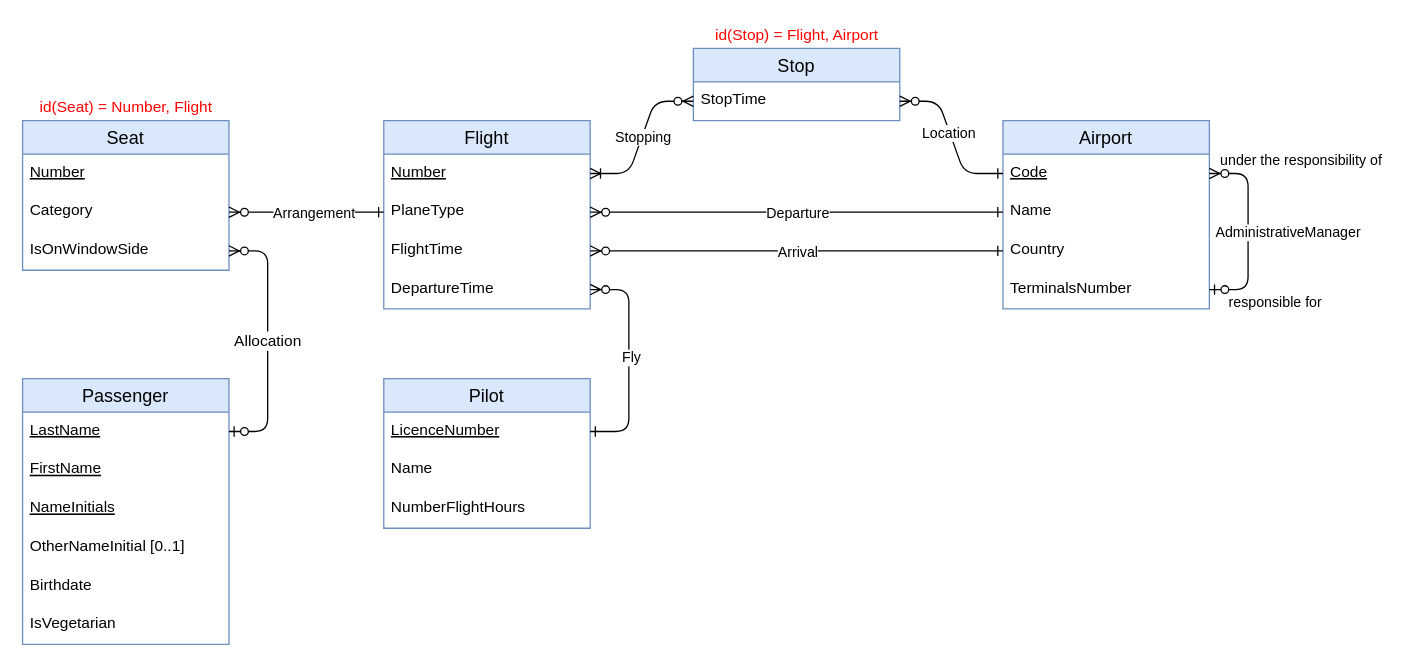
Above: schéma conceptuel .drawio in pauline-lr/Flight-manager (draw.io), before the change. Source tidied: cells renumbered, new cells numbered last; positions are measured from the earlier drawing's top-left corner, leaving out a move shared by most shapes. Both pictures are drawn from the tidied source at 129%, with x=0, y=0 at pixel (22, 22).
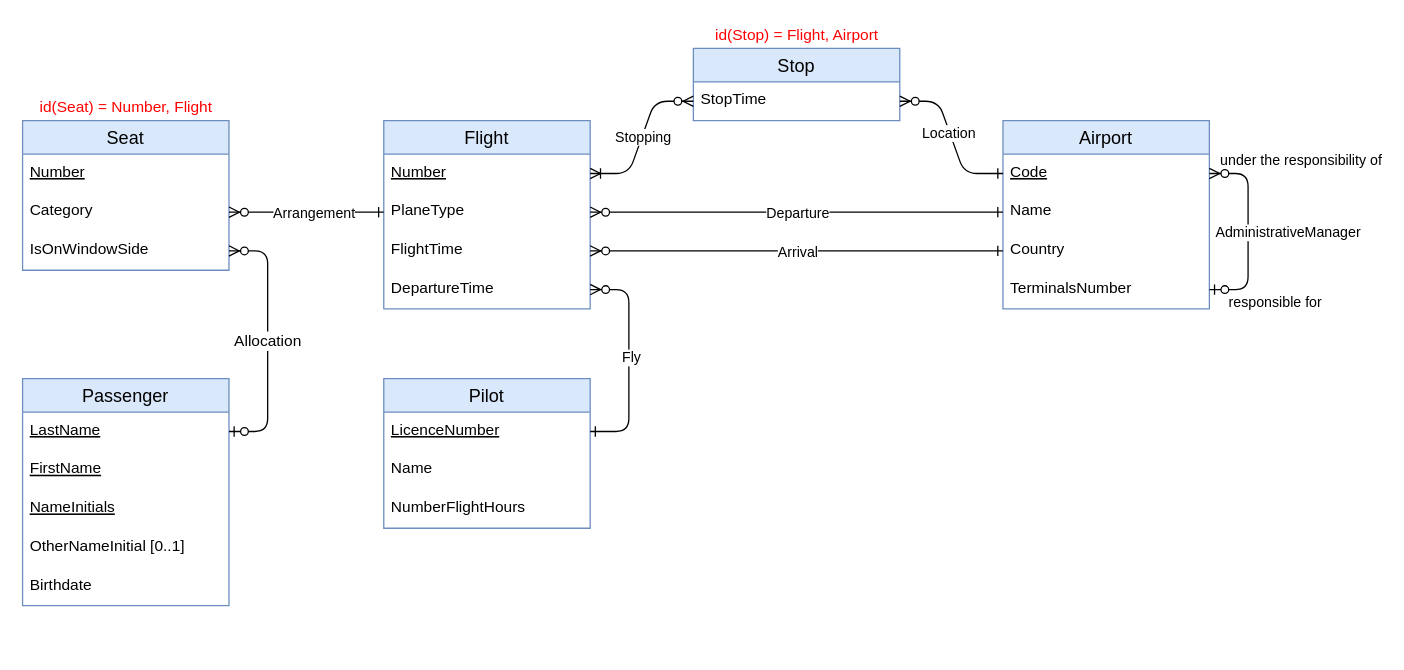
Above is the later version.

What changed in the source:
```diff
@@
     <mxCell id="11" value="Passenger" style="swimlane;fontStyle=0;horizontal=1;startSize=26;align=center;fontSize=14;fillColor=#dae8fc;strokeColor=#6c8ebf;" parent="1" vertex="1">
-      <mxGeometry y="276" width="160" height="206" as="geometry" />
+      <mxGeometry y="276" width="160" height="176" as="geometry" />
     </mxCell>
@@
-    <mxCell id="17" value="IsVegetarian" style="text;strokeColor=none;fillColor=none;spacingLeft=4;spacingRight=4;overflow=hidden;fontSize=12;" parent="11" vertex="1">
-      <mxGeometry y="176" width="160" height="30" as="geometry" />
-    </mxCell>
```
